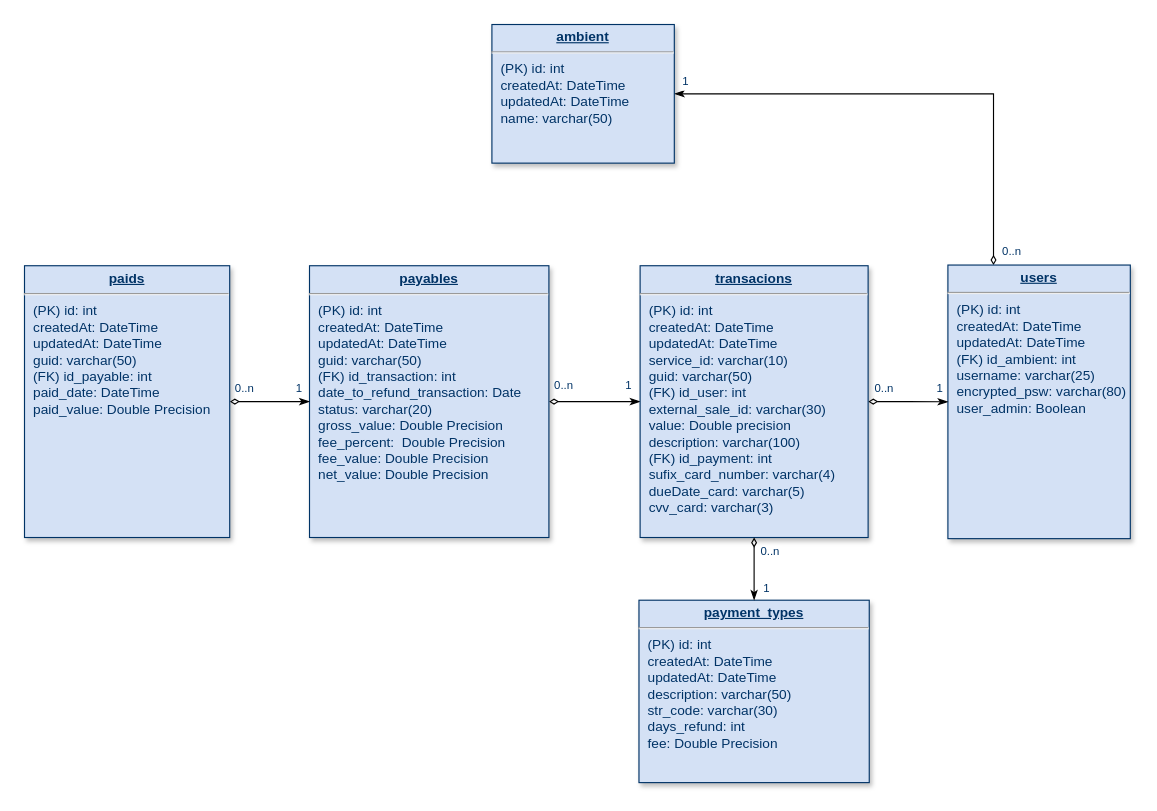
Above: src/database/DIAGRAM_PostgreSQL.drawio in GuilhermeSantanaAndrade/PaymentServiceProvider (draw.io), before the change. Source tidied: cells renumbered, new cells numbered last; positions are measured from the earlier drawing's top-left corner, leaving out a move shared by most shapes. Both pictures are drawn from the tidied source at 114%, with x=0, y=0 at pixel (24, 24).
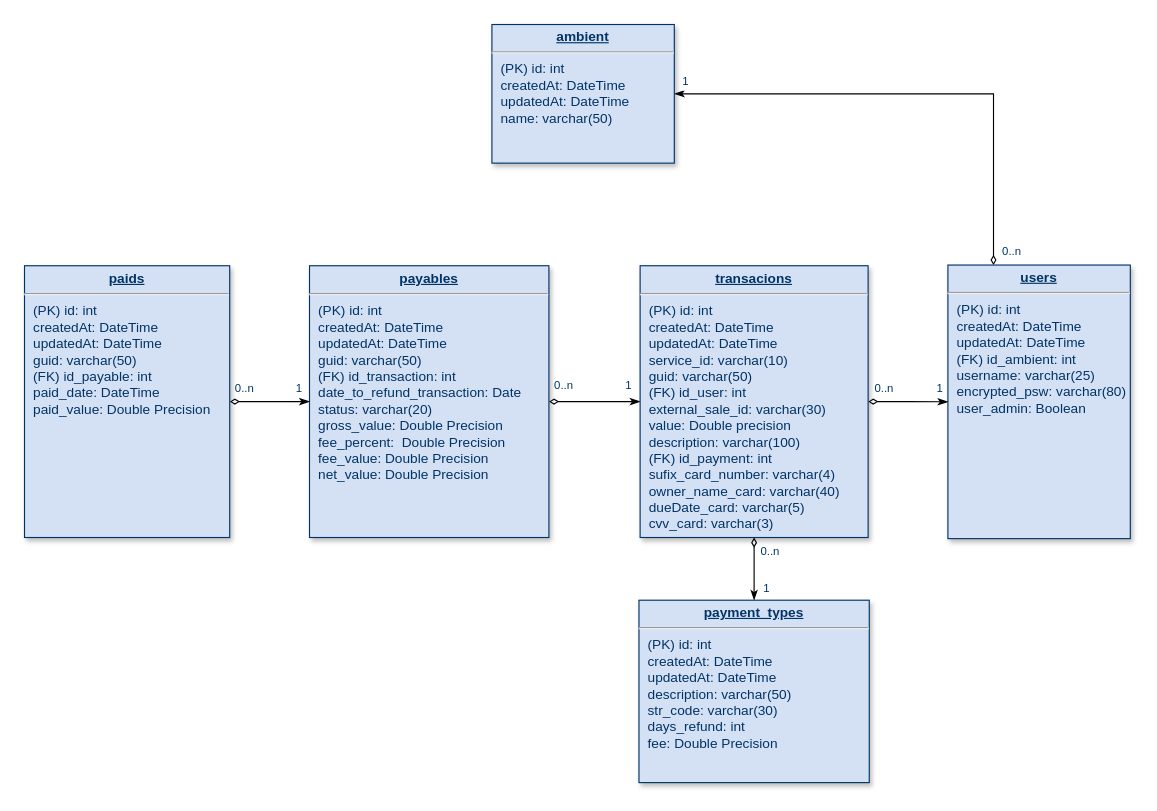
The same page after the edit.

Commit message (it also covers changes not shown here):
- Adicionado moment - Realizado tratamentos de datas pelo moment - finalizado processo de criação de transacion/payable/Paid.js - Adicionado coluna owner_name_card na tabela Transaction.js

What changed in the source:
```diff
@@
-    <mxCell id="8" value="&lt;p style=&quot;margin: 0px ; margin-top: 4px ; text-align: center ; text-decoration: underline&quot;&gt;&lt;b&gt;transacions&lt;/b&gt;&lt;/p&gt;&lt;hr&gt;&lt;p style=&quot;margin: 0px ; margin-left: 8px&quot;&gt;(PK) id: int&lt;/p&gt;&lt;p style=&quot;margin: 0px 0px 0px 8px&quot;&gt;createdAt: DateTime&lt;/p&gt;&lt;p style=&quot;margin: 0px 0px 0px 8px&quot;&gt;updatedAt: DateTime&lt;/p&gt;&lt;p style=&quot;margin: 0px ; margin-left: 8px&quot;&gt;service_id: varchar(10)&lt;/p&gt;&lt;p style=&quot;margin: 0px ; margin-left: 8px&quot;&gt;guid: varchar(50)&lt;br&gt;&lt;/p&gt;&lt;p style=&quot;margin: 0px ; margin-left: 8px&quot;&gt;(FK) id_user&lt;span&gt;: int&lt;/span&gt;&lt;/p&gt;&lt;p style=&quot;margin: 0px ; margin-left: 8px&quot;&gt;external_sale_id: varchar(30)&lt;/p&gt;&lt;p style=&quot;margin: 0px ; margin-left: 8px&quot;&gt;value: Double precision&lt;/p&gt;&lt;p style=&quot;margin: 0px ; margin-left: 8px&quot;&gt;description: varchar(100)&lt;/p&gt;&lt;p style=&quot;margin: 0px ; margin-left: 8px&quot;&gt;(FK) id_payment&lt;span&gt;: int&lt;/span&gt;&lt;/p&gt;&lt;p style=&quot;margin: 0px ; margin-left: 8px&quot;&gt;sufix_card_number: varchar(4&lt;span&gt;)&lt;/span&gt;&lt;/p&gt;&lt;p style=&quot;margin: 0px ; margin-left: 8px&quot;&gt;&lt;span&gt;dueDate_card: varchar(5)&lt;/span&gt;&lt;/p&gt;&lt;p style=&quot;margin: 0px ; margin-left: 8px&quot;&gt;&lt;span&gt;cvv_card: varchar(3)&lt;/span&gt;&lt;/p&gt;&lt;p style=&quot;margin: 0px ; margin-left: 8px&quot;&gt;&lt;span&gt;&lt;br&gt;&lt;/span&gt;&lt;/p&gt;&lt;p style=&quot;margin: 0px ; margin-left: 8px&quot;&gt;&lt;span&gt;&lt;br&gt;&lt;/span&gt;&lt;/p&gt;&lt;p style=&quot;margin: 0px ; margin-left: 8px&quot;&gt;&lt;br&gt;&lt;/p&gt;&lt;p style=&quot;margin: 0px ; margin-left: 8px&quot;&gt;&lt;br&gt;&lt;/p&gt;" style="verticalAlign=top;align=left;overflow=fill;fontSize=12;fontFamily=Helvetica;html=1;strokeColor=#003366;shadow=1;fillColor=#D4E1F5;fontColor=#003366;" parent="1" vertex="1">
+    <mxCell id="8" value="&lt;p style=&quot;margin: 0px ; margin-top: 4px ; text-align: center ; text-decoration: underline&quot;&gt;&lt;b&gt;transacions&lt;/b&gt;&lt;/p&gt;&lt;hr&gt;&lt;p style=&quot;margin: 0px ; margin-left: 8px&quot;&gt;(PK) id: int&lt;/p&gt;&lt;p style=&quot;margin: 0px 0px 0px 8px&quot;&gt;createdAt: DateTime&lt;/p&gt;&lt;p style=&quot;margin: 0px 0px 0px 8px&quot;&gt;updatedAt: DateTime&lt;/p&gt;&lt;p style=&quot;margin: 0px ; margin-left: 8px&quot;&gt;service_id: varchar(10)&lt;/p&gt;&lt;p style=&quot;margin: 0px ; margin-left: 8px&quot;&gt;guid: varchar(50)&lt;br&gt;&lt;/p&gt;&lt;p style=&quot;margin: 0px ; margin-left: 8px&quot;&gt;(FK) id_user&lt;span&gt;: int&lt;/span&gt;&lt;/p&gt;&lt;p style=&quot;margin: 0px ; margin-left: 8px&quot;&gt;external_sale_id: varchar(30)&lt;/p&gt;&lt;p style=&quot;margin: 0px ; margin-left: 8px&quot;&gt;value: Double precision&lt;/p&gt;&lt;p style=&quot;margin: 0px ; margin-left: 8px&quot;&gt;description: varchar(100)&lt;/p&gt;&lt;p style=&quot;margin: 0px ; margin-left: 8px&quot;&gt;(FK) id_payment&lt;span&gt;: int&lt;/span&gt;&lt;/p&gt;&lt;p style=&quot;margin: 0px ; margin-left: 8px&quot;&gt;sufix_card_number: varchar(4&lt;span&gt;)&lt;/span&gt;&lt;/p&gt;&lt;p style=&quot;margin: 0px ; margin-left: 8px&quot;&gt;&lt;span&gt;owner_name_card: varchar(40)&lt;/span&gt;&lt;/p&gt;&lt;p style=&quot;margin: 0px ; margin-left: 8px&quot;&gt;&lt;span&gt;dueDate_card: varchar(5)&lt;/span&gt;&lt;/p&gt;&lt;p style=&quot;margin: 0px ; margin-left: 8px&quot;&gt;&lt;span&gt;cvv_card: varchar(3)&lt;/span&gt;&lt;/p&gt;&lt;p style=&quot;margin: 0px ; margin-left: 8px&quot;&gt;&lt;span&gt;&lt;br&gt;&lt;/span&gt;&lt;/p&gt;&lt;p style=&quot;margin: 0px ; margin-left: 8px&quot;&gt;&lt;span&gt;&lt;br&gt;&lt;/span&gt;&lt;/p&gt;&lt;p style=&quot;margin: 0px ; margin-left: 8px&quot;&gt;&lt;br&gt;&lt;/p&gt;&lt;p style=&quot;margin: 0px ; margin-left: 8px&quot;&gt;&lt;br&gt;&lt;/p&gt;" style="verticalAlign=top;align=left;overflow=fill;fontSize=12;fontFamily=Helvetica;html=1;strokeColor=#003366;shadow=1;fillColor=#D4E1F5;fontColor=#003366;" parent="1" vertex="1">
       <mxGeometry x="540" y="211.6" width="200" height="238.4" as="geometry" />
     </mxCell>
```
